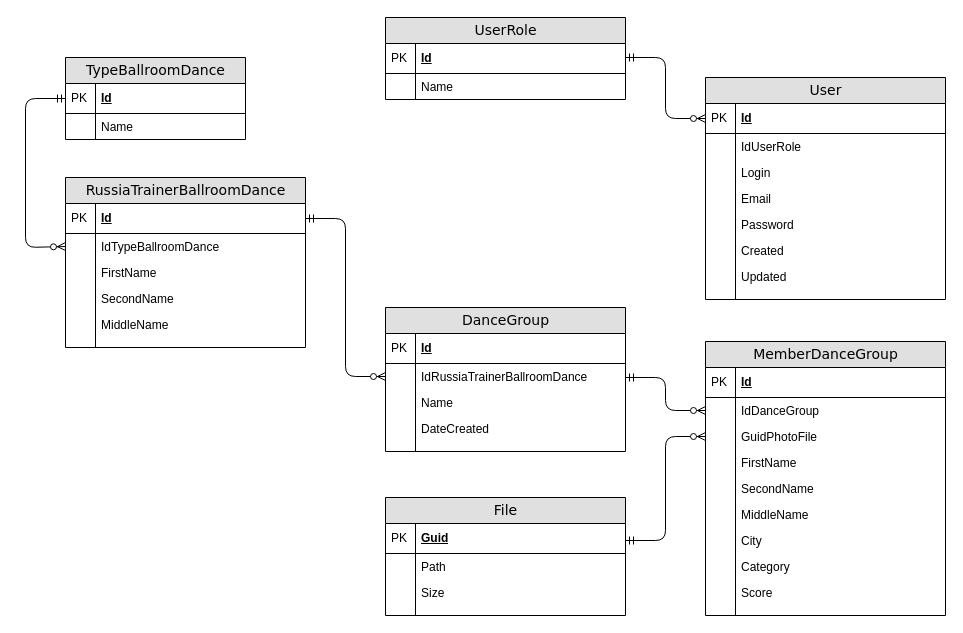
Above: Scheme_DataBase.drawio in MaxLebedincev/BallroomDance (draw.io), before the change. Source tidied: cells renumbered, new cells numbered last; positions are measured from the earlier drawing's top-left corner, leaving out a move shared by most shapes. Both pictures are drawn from the tidied source at 100%, with x=0, y=0 at pixel (25, 17).
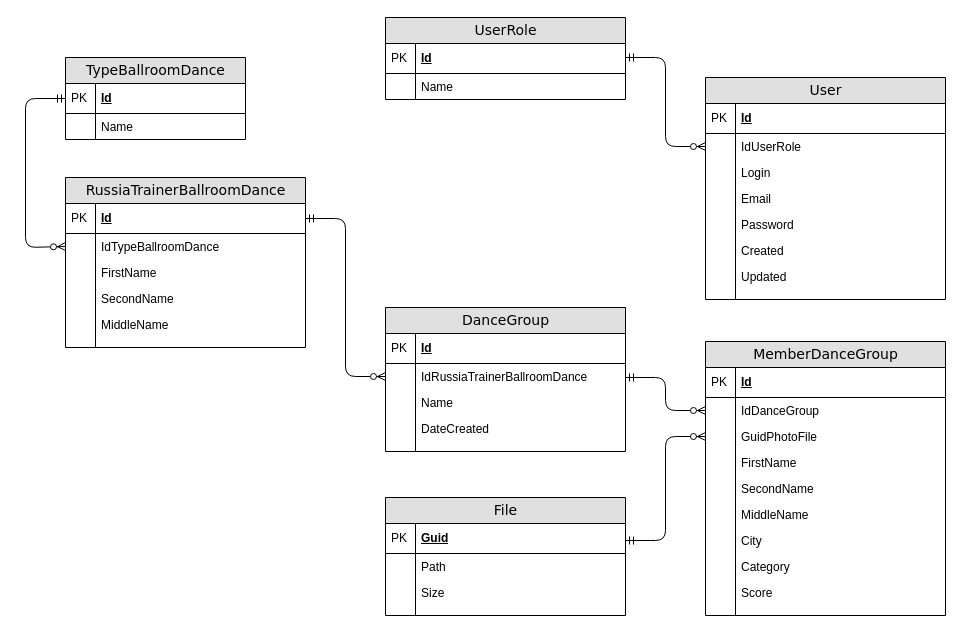
The same page after the edit.

The change refers to these unchanged cells:
```xml
<mxCell id="71" value="Id" style="shape=partialRectangle;top=0;left=0;right=0;bottom=1;html=1;align=left;verticalAlign=middle;fillColor=none;spacingLeft=34;spacingRight=4;whiteSpace=wrap;overflow=hidden;points=[[0,0.5],[1,0.5]];portConstraint=eastwest;fontStyle=5;" parent="70" vertex="1">
  <mxGeometry y="26" width="240" height="30" as="geometry" />
</mxCell>
<mxCell id="73" value="IdUserRole" style="shape=partialRectangle;top=0;left=0;right=0;bottom=0;html=1;align=left;verticalAlign=top;fillColor=none;spacingLeft=34;spacingRight=4;whiteSpace=wrap;overflow=hidden;points=[[0,0.5],[1,0.5]];portConstraint=eastwest;" parent="70" vertex="1">
  <mxGeometry y="56" width="240" height="26" as="geometry" />
</mxCell>
```

Diff of the diagram source:
```diff
@@
-    <mxCell id="87" style="edgeStyle=orthogonalEdgeStyle;html=1;endArrow=ERzeroToMany;startArrow=ERmandOne;labelBackgroundColor=none;fontFamily=Verdana;fontSize=14;entryX=0;entryY=0.5;entryDx=0;entryDy=0;exitX=1;exitY=0.5;exitDx=0;exitDy=0;" parent="1" edge="1" target="71">
+    <mxCell id="87" style="edgeStyle=orthogonalEdgeStyle;html=1;endArrow=ERzeroToMany;startArrow=ERmandOne;labelBackgroundColor=none;fontFamily=Verdana;fontSize=14;entryX=0;entryY=0.5;entryDx=0;entryDy=0;exitX=1;exitY=0.5;exitDx=0;exitDy=0;" parent="1" edge="1" target="73">
       <mxGeometry relative="1" as="geometry">
         <mxPoint x="600" y="40" as="sourcePoint" />
         <Array as="points">
           <mxPoint x="640" y="40" />
+          <mxPoint x="640" y="129" />
         </Array>
       </mxGeometry>
     </mxCell>
```
